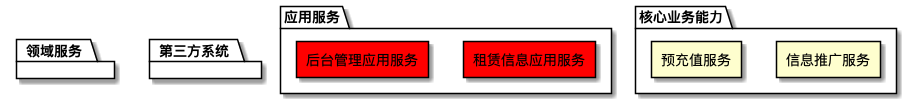
Before: src/main/kotlin/architecture/samples/diagrams/hello_world_inter_process_diagram.png, a diagram exported from PlantUML (behring/8x-flow-diagram).
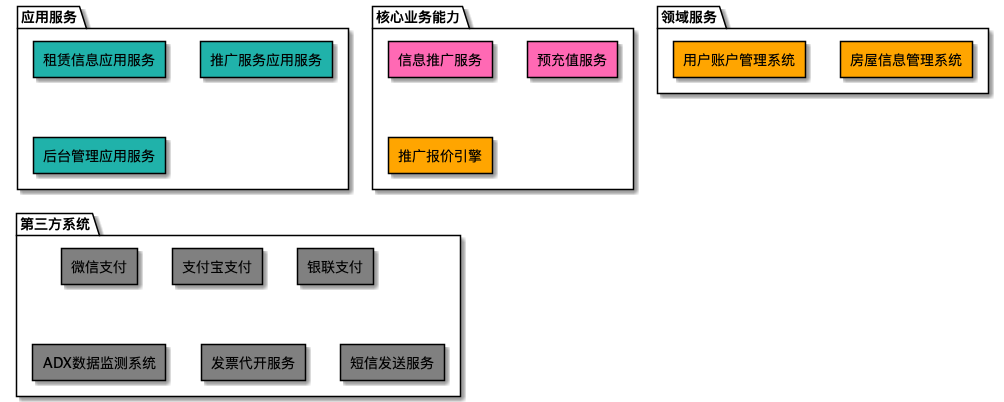
The same diagram one commit later.

The edit, as a diff of the source:
```diff
@@ -1,25 +1,51 @@
 @startuml
 skinparam componentStyle rectangle
+skinparam rectangleFontColor black
         package <color:black>应用服务</color> {
-   rectangle 租赁信息应用服务 #red
-rectangle 租赁信息应用服务 #red
-rectangle 后台管理应用服务 #red
+   rectangle 租赁信息应用服务 #LightSeaGreen
+rectangle 推广服务应用服务 #LightSeaGreen
+rectangle 后台管理应用服务 #LightSeaGreen
+
+}
+
+
+
+
+package <color:black>核心业务能力</color> {
+   rectangle 信息推广服务 #HotPink
+rectangle 预充值服务 #HotPink
 
 }
 
 package <color:black>核心业务能力</color> {
-   rectangle 信息推广服务
-rectangle 预充值服务
-
-}
-
-package <color:black>领域服务</color> {
-
-}
-
-package <color:black>第三方系统</color> {
+   rectangle 推广报价引擎 #orange
 
 }
 
 
+package <color:black>领域服务</color> {
+   rectangle 房屋信息管理系统 #orange
+rectangle 用户账户管理系统 #orange
+
+}
+
+
+
+package <color:black>第三方系统</color> {
+   rectangle 微信支付 #gray
+rectangle 支付宝支付 #gray
+rectangle 银联支付 #gray
+rectangle ADX数据监测系统 #gray
+rectangle 发票代开服务 #gray
+rectangle 短信发送服务 #gray
+
+}
+
+
+
+
+
+
+
+
 @enduml
```
